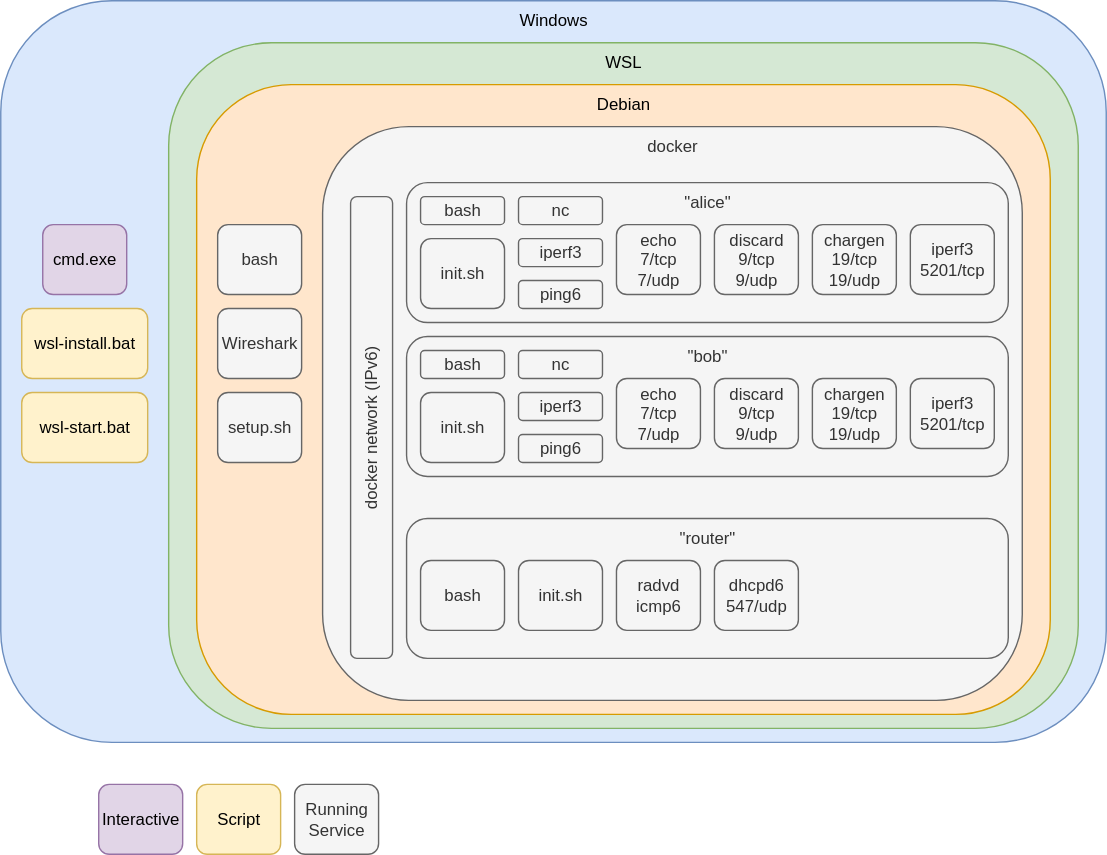
Above: images/ipv6_testbed_wsl.svg in YannikSue/ipv6 (draw.io), before the change. Source tidied: cells renumbered, new cells last; positions are measured from the earlier drawing's top-left corner, leaving out a move shared by most shapes. The source it was exported from:
```xml
<mxGraphModel>
  <root>
    <mxCell id="0" />
    <mxCell id="1" parent="0" />
    <mxCell id="2" value="Windows" style="rounded=1;whiteSpace=wrap;html=1;verticalAlign=top;fillColor=#dae8fc;strokeColor=#6c8ebf;fontColor=#000000;" parent="1" vertex="1">
      <mxGeometry width="790" height="530" as="geometry" />
    </mxCell>
    <mxCell id="3" value="WSL" style="rounded=1;whiteSpace=wrap;html=1;verticalAlign=top;fillColor=#d5e8d4;strokeColor=#82b366;fontColor=#000000;" parent="1" vertex="1">
      <mxGeometry x="120" y="30" width="650" height="490" as="geometry" />
    </mxCell>
    <mxCell id="4" value="Debian" style="rounded=1;whiteSpace=wrap;html=1;verticalAlign=top;fillColor=#ffe6cc;strokeColor=#d79b00;fontColor=#000000;" parent="1" vertex="1">
      <mxGeometry x="140" y="60" width="610" height="450" as="geometry" />
    </mxCell>
    <mxCell id="5" value="docker" style="rounded=1;whiteSpace=wrap;html=1;verticalAlign=top;fillColor=#f5f5f5;strokeColor=#666666;fontColor=#333333;" parent="1" vertex="1">
      <mxGeometry x="230" y="90" width="500" height="410" as="geometry" />
    </mxCell>
    <mxCell id="6" value="&quot;alice&quot;" style="rounded=1;whiteSpace=wrap;html=1;verticalAlign=top;fillColor=#f5f5f5;strokeColor=#666666;fontColor=#333333;" parent="1" vertex="1">
      <mxGeometry x="290" y="130" width="430" height="100" as="geometry" />
    </mxCell>
    <mxCell id="7" value="&quot;bob&quot;" style="rounded=1;whiteSpace=wrap;html=1;verticalAlign=top;fillColor=#f5f5f5;strokeColor=#666666;fontColor=#333333;" parent="1" vertex="1">
      <mxGeometry x="290" y="240" width="430" height="100" as="geometry" />
    </mxCell>
    <mxCell id="8" value="&quot;router&quot;" style="rounded=1;whiteSpace=wrap;html=1;verticalAlign=top;fillColor=#f5f5f5;strokeColor=#666666;fontColor=#333333;" parent="1" vertex="1">
      <mxGeometry x="290" y="370" width="430" height="100" as="geometry" />
    </mxCell>
    <mxCell id="9" value="echo&lt;div&gt;7/tcp&lt;/div&gt;&lt;div&gt;7/udp&lt;/div&gt;" style="rounded=1;whiteSpace=wrap;html=1;verticalAlign=middle;fillColor=#f5f5f5;strokeColor=#666666;fontColor=#333333;" parent="1" vertex="1">
      <mxGeometry x="440" y="160" width="60" height="50" as="geometry" />
    </mxCell>
    <mxCell id="10" value="discard&lt;div&gt;9/tcp&lt;/div&gt;&lt;div&gt;9/udp&lt;/div&gt;" style="rounded=1;whiteSpace=wrap;html=1;verticalAlign=middle;fillColor=#f5f5f5;strokeColor=#666666;fontColor=#333333;" parent="1" vertex="1">
      <mxGeometry x="510" y="160" width="60" height="50" as="geometry" />
    </mxCell>
    <mxCell id="11" value="chargen&lt;div&gt;19/tcp&lt;/div&gt;&lt;div&gt;19/udp&lt;/div&gt;" style="rounded=1;whiteSpace=wrap;html=1;verticalAlign=middle;fillColor=#f5f5f5;strokeColor=#666666;fontColor=#333333;" parent="1" vertex="1">
      <mxGeometry x="580" y="160" width="60" height="50" as="geometry" />
    </mxCell>
    <mxCell id="12" value="iperf3&lt;div&gt;5201/tcp&lt;/div&gt;" style="rounded=1;whiteSpace=wrap;html=1;verticalAlign=middle;fillColor=#f5f5f5;strokeColor=#666666;fontColor=#333333;" parent="1" vertex="1">
      <mxGeometry x="650" y="160" width="60" height="50" as="geometry" />
    </mxCell>
    <mxCell id="13" value="radvd&lt;div&gt;icmp6&lt;/div&gt;" style="rounded=1;whiteSpace=wrap;html=1;verticalAlign=middle;fillColor=#f5f5f5;strokeColor=#666666;fontColor=#333333;" parent="1" vertex="1">
      <mxGeometry x="440" y="400" width="60" height="50" as="geometry" />
    </mxCell>
    <mxCell id="14" value="bash" style="rounded=1;whiteSpace=wrap;html=1;verticalAlign=middle;fillColor=#f5f5f5;strokeColor=#666666;fontColor=#333333;" parent="1" vertex="1">
      <mxGeometry x="155" y="160" width="60" height="50" as="geometry" />
    </mxCell>
    <mxCell id="15" value="Wireshark" style="rounded=1;whiteSpace=wrap;html=1;verticalAlign=middle;fillColor=#f5f5f5;strokeColor=#666666;fontColor=#333333;" parent="1" vertex="1">
      <mxGeometry x="155" y="220" width="60" height="50" as="geometry" />
    </mxCell>
    <mxCell id="16" value="cmd.exe" style="rounded=1;whiteSpace=wrap;html=1;verticalAlign=middle;fillColor=#e1d5e7;strokeColor=#9673a6;fontColor=#000000;" parent="1" vertex="1">
      <mxGeometry x="30" y="160" width="60" height="50" as="geometry" />
    </mxCell>
    <mxCell id="17" value="wsl-install.bat" style="rounded=1;whiteSpace=wrap;html=1;verticalAlign=middle;fillColor=#fff2cc;strokeColor=#d6b656;fontColor=#000000;" parent="1" vertex="1">
      <mxGeometry x="15" y="220" width="90" height="50" as="geometry" />
    </mxCell>
    <mxCell id="18" value="wsl-start.bat" style="rounded=1;whiteSpace=wrap;html=1;verticalAlign=middle;fillColor=#fff2cc;strokeColor=#d6b656;fontColor=#000000;" parent="1" vertex="1">
      <mxGeometry x="15" y="280" width="90" height="50" as="geometry" />
    </mxCell>
    <mxCell id="19" value="setup.sh" style="rounded=1;whiteSpace=wrap;html=1;verticalAlign=middle;fillColor=#f5f5f5;strokeColor=#666666;fontColor=#333333;" parent="1" vertex="1">
      <mxGeometry x="155" y="280" width="60" height="50" as="geometry" />
    </mxCell>
    <mxCell id="20" value="init.sh" style="rounded=1;whiteSpace=wrap;html=1;verticalAlign=middle;fillColor=#f5f5f5;strokeColor=#666666;fontColor=#333333;" parent="1" vertex="1">
      <mxGeometry x="300" y="170" width="60" height="50" as="geometry" />
    </mxCell>
    <mxCell id="21" value="echo&lt;div&gt;7/tcp&lt;/div&gt;&lt;div&gt;7/udp&lt;/div&gt;" style="rounded=1;whiteSpace=wrap;html=1;verticalAlign=middle;fillColor=#f5f5f5;strokeColor=#666666;fontColor=#333333;" parent="1" vertex="1">
      <mxGeometry x="440" y="270" width="60" height="50" as="geometry" />
    </mxCell>
    <mxCell id="22" value="discard&lt;div&gt;9/tcp&lt;/div&gt;&lt;div&gt;9/udp&lt;/div&gt;" style="rounded=1;whiteSpace=wrap;html=1;verticalAlign=middle;fillColor=#f5f5f5;strokeColor=#666666;fontColor=#333333;" parent="1" vertex="1">
      <mxGeometry x="510" y="270" width="60" height="50" as="geometry" />
    </mxCell>
    <mxCell id="23" value="chargen&lt;div&gt;19/tcp&lt;/div&gt;&lt;div&gt;19/udp&lt;/div&gt;" style="rounded=1;whiteSpace=wrap;html=1;verticalAlign=middle;fillColor=#f5f5f5;strokeColor=#666666;fontColor=#333333;" parent="1" vertex="1">
      <mxGeometry x="580" y="270" width="60" height="50" as="geometry" />
    </mxCell>
    <mxCell id="24" value="iperf3&lt;div&gt;5201/tcp&lt;/div&gt;" style="rounded=1;whiteSpace=wrap;html=1;verticalAlign=middle;fillColor=#f5f5f5;strokeColor=#666666;fontColor=#333333;" parent="1" vertex="1">
      <mxGeometry x="650" y="270" width="60" height="50" as="geometry" />
    </mxCell>
    <mxCell id="25" value="init.sh" style="rounded=1;whiteSpace=wrap;html=1;verticalAlign=middle;fillColor=#f5f5f5;strokeColor=#666666;fontColor=#333333;" parent="1" vertex="1">
      <mxGeometry x="370" y="400" width="60" height="50" as="geometry" />
    </mxCell>
    <mxCell id="26" value="docker network (IPv6)" style="rounded=1;whiteSpace=wrap;html=1;verticalAlign=middle;fillColor=#f5f5f5;strokeColor=#666666;rotation=-90;fontColor=#333333;" parent="1" vertex="1">
      <mxGeometry x="100" y="290" width="330" height="30" as="geometry" />
    </mxCell>
    <mxCell id="27" value="bash" style="rounded=1;whiteSpace=wrap;html=1;verticalAlign=middle;fillColor=#f5f5f5;strokeColor=#666666;fontColor=#333333;" parent="1" vertex="1">
      <mxGeometry x="300" y="140" width="60" height="20" as="geometry" />
    </mxCell>
    <mxCell id="28" value="bash" style="rounded=1;whiteSpace=wrap;html=1;verticalAlign=middle;fillColor=#f5f5f5;strokeColor=#666666;fontColor=#333333;" parent="1" vertex="1">
      <mxGeometry x="300" y="400" width="60" height="50" as="geometry" />
    </mxCell>
    <mxCell id="29" value="Running&lt;div&gt;Service&lt;/div&gt;" style="rounded=1;whiteSpace=wrap;html=1;verticalAlign=middle;fillColor=#f5f5f5;strokeColor=#666666;fontColor=#333333;" parent="1" vertex="1">
      <mxGeometry x="210" y="560" width="60" height="50" as="geometry" />
    </mxCell>
    <mxCell id="30" value="Script" style="rounded=1;whiteSpace=wrap;html=1;verticalAlign=middle;fillColor=#fff2cc;strokeColor=#d6b656;fontColor=#000000;" parent="1" vertex="1">
      <mxGeometry x="140" y="560" width="60" height="50" as="geometry" />
    </mxCell>
    <mxCell id="31" value="Interactive" style="rounded=1;whiteSpace=wrap;html=1;verticalAlign=middle;fillColor=#e1d5e7;strokeColor=#9673a6;fontColor=#000000;" parent="1" vertex="1">
      <mxGeometry x="70" y="560" width="60" height="50" as="geometry" />
    </mxCell>
    <mxCell id="32" value="nc" style="rounded=1;whiteSpace=wrap;html=1;verticalAlign=middle;fillColor=#f5f5f5;strokeColor=#666666;fontColor=#333333;" parent="1" vertex="1">
      <mxGeometry x="370" y="140" width="60" height="20" as="geometry" />
    </mxCell>
    <mxCell id="33" value="iperf3" style="rounded=1;whiteSpace=wrap;html=1;verticalAlign=middle;fillColor=#f5f5f5;strokeColor=#666666;fontColor=#333333;" parent="1" vertex="1">
      <mxGeometry x="370" y="170" width="60" height="20" as="geometry" />
    </mxCell>
    <mxCell id="34" value="ping6" style="rounded=1;whiteSpace=wrap;html=1;verticalAlign=middle;fillColor=#f5f5f5;strokeColor=#666666;fontColor=#333333;" parent="1" vertex="1">
      <mxGeometry x="370" y="200" width="60" height="20" as="geometry" />
    </mxCell>
    <mxCell id="35" value="init.sh" style="rounded=1;whiteSpace=wrap;html=1;verticalAlign=middle;fillColor=#f5f5f5;strokeColor=#666666;fontColor=#333333;" parent="1" vertex="1">
      <mxGeometry x="300" y="280" width="60" height="50" as="geometry" />
    </mxCell>
    <mxCell id="36" value="bash" style="rounded=1;whiteSpace=wrap;html=1;verticalAlign=middle;fillColor=#f5f5f5;strokeColor=#666666;fontColor=#333333;" parent="1" vertex="1">
      <mxGeometry x="300" y="250" width="60" height="20" as="geometry" />
    </mxCell>
    <mxCell id="37" value="nc" style="rounded=1;whiteSpace=wrap;html=1;verticalAlign=middle;fillColor=#f5f5f5;strokeColor=#666666;fontColor=#333333;" parent="1" vertex="1">
      <mxGeometry x="370" y="250" width="60" height="20" as="geometry" />
    </mxCell>
    <mxCell id="38" value="iperf3" style="rounded=1;whiteSpace=wrap;html=1;verticalAlign=middle;fillColor=#f5f5f5;strokeColor=#666666;fontColor=#333333;" parent="1" vertex="1">
      <mxGeometry x="370" y="280" width="60" height="20" as="geometry" />
    </mxCell>
    <mxCell id="39" value="ping6" style="rounded=1;whiteSpace=wrap;html=1;verticalAlign=middle;fillColor=#f5f5f5;strokeColor=#666666;fontColor=#333333;" parent="1" vertex="1">
      <mxGeometry x="370" y="310" width="60" height="20" as="geometry" />
    </mxCell>
    <mxCell id="40" value="dhcpd6&lt;div&gt;547/udp&lt;/div&gt;" style="rounded=1;whiteSpace=wrap;html=1;verticalAlign=middle;fillColor=#f5f5f5;strokeColor=#666666;fontColor=#333333;" parent="1" vertex="1">
      <mxGeometry x="510" y="400" width="60" height="50" as="geometry" />
    </mxCell>
  </root>
</mxGraphModel>
```
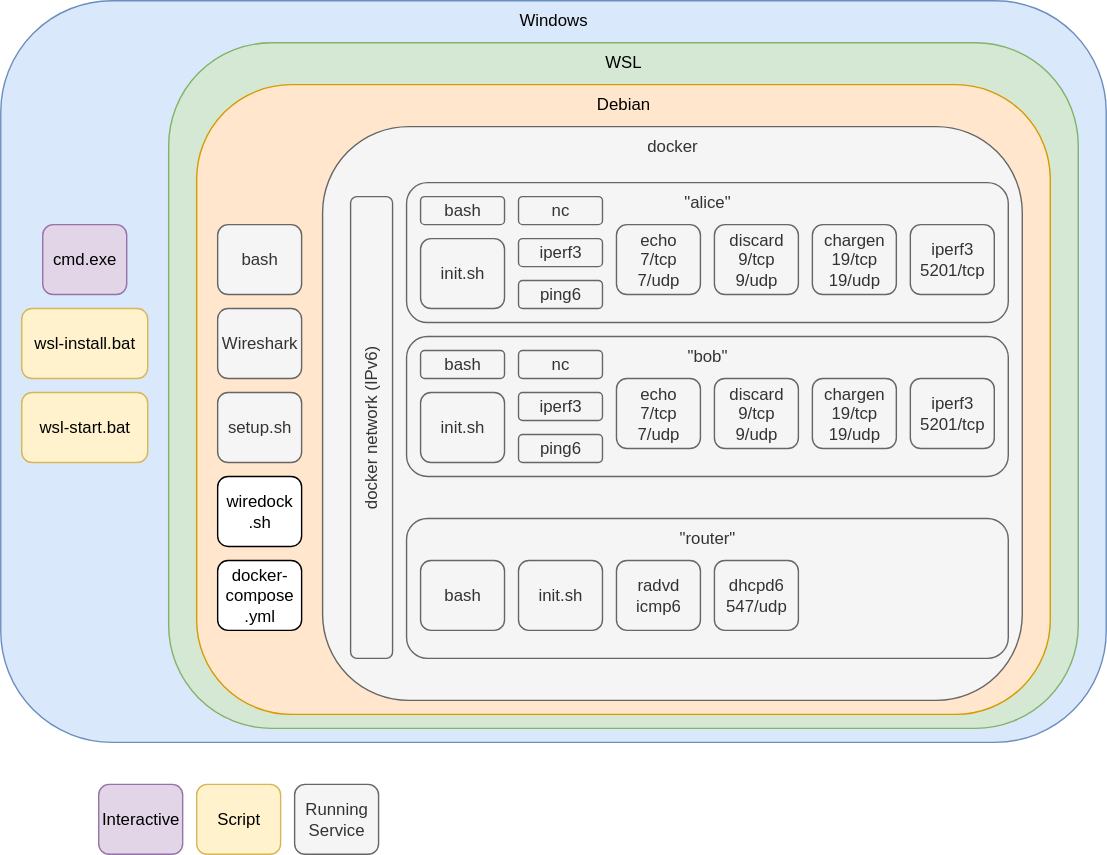
After the change.

What changed in the source:
```diff
@@ -119,5 +119,11 @@
     <mxCell id="40" value="dhcpd6&lt;div&gt;547/udp&lt;/div&gt;" style="rounded=1;whiteSpace=wrap;html=1;verticalAlign=middle;fillColor=#f5f5f5;strokeColor=#666666;fontColor=#333333;" parent="1" vertex="1">
       <mxGeometry x="510" y="400" width="60" height="50" as="geometry" />
     </mxCell>
+    <mxCell id="41" value="wiredock&lt;div&gt;.sh&lt;/div&gt;" style="rounded=1;whiteSpace=wrap;html=1;verticalAlign=middle;" parent="1" vertex="1">
+      <mxGeometry x="155" y="340" width="60" height="50" as="geometry" />
+    </mxCell>
+    <mxCell id="42" value="&lt;font&gt;docker-&lt;/font&gt;&lt;div&gt;&lt;font&gt;compose&lt;/font&gt;&lt;/div&gt;&lt;div&gt;&lt;font&gt;.yml&lt;/font&gt;&lt;/div&gt;" style="rounded=1;whiteSpace=wrap;html=1;verticalAlign=middle;" parent="1" vertex="1">
+      <mxGeometry x="155" y="400" width="60" height="50" as="geometry" />
+    </mxCell>
   </root>
 </mxGraphModel>
```
